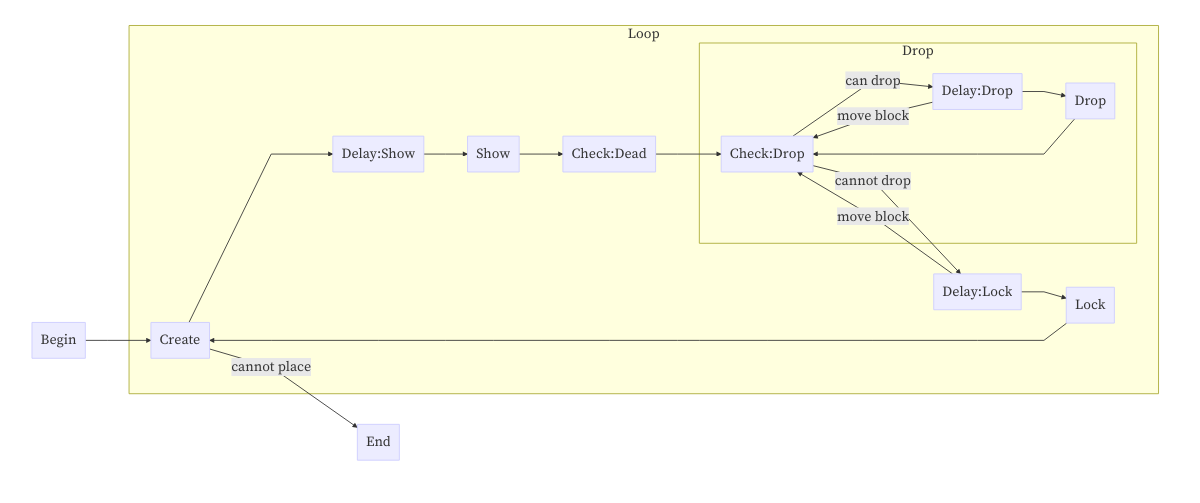
intris/design keeps this Mermaid diagram as engine.mmd.png. Above is the earlier version. Its source is kept beside it as engine.mmd.
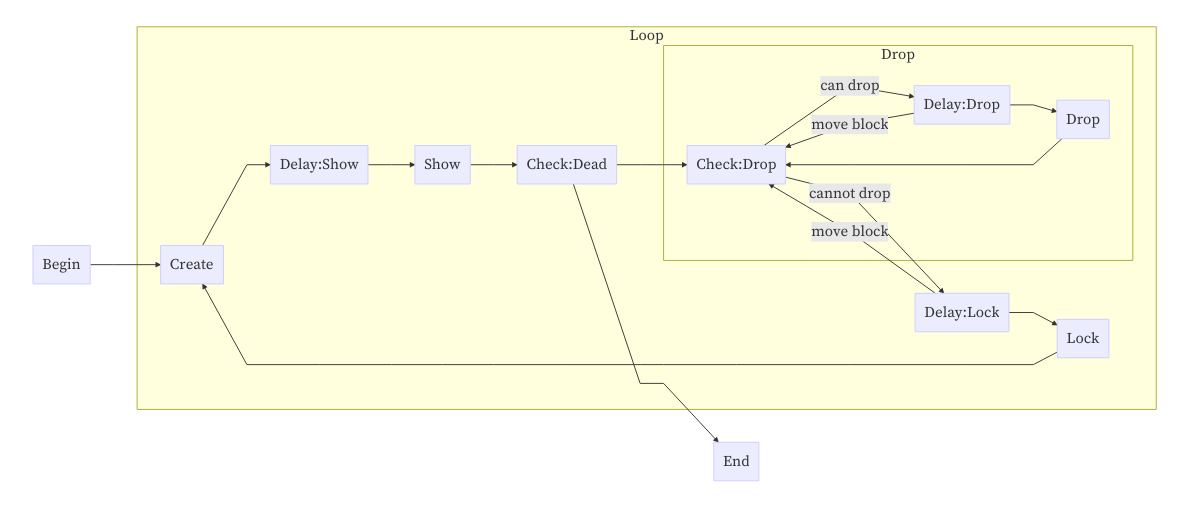
After the commit.

The edit, as a diff of the source:
```diff
@@ -16,4 +16,4 @@
     Delay:Lock --> Lock
     Lock --> Create
   end
-  Create -- cannot place --> End
+  Check:Dead --> End
```
